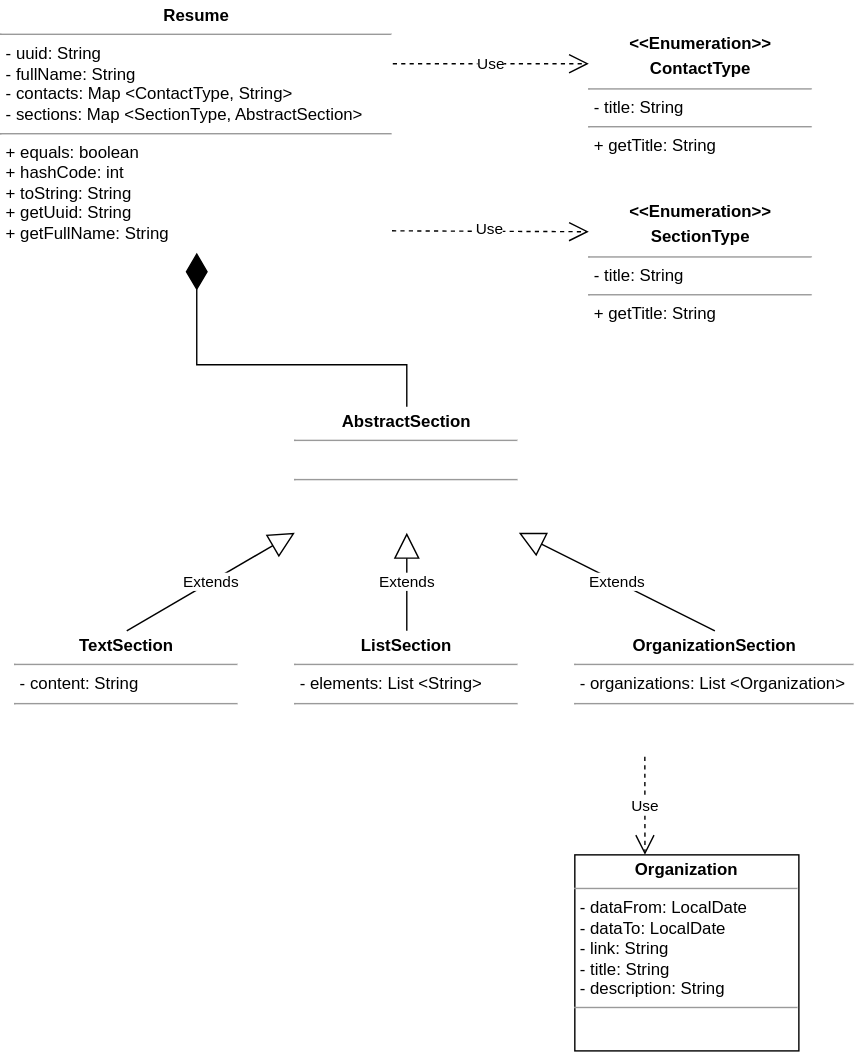
Above: src/resumeUML.svg in TemaZhuravlev/basejava (draw.io), before the change. Source tidied: cells renumbered, new cells last; positions are measured from the earlier drawing's top-left corner, leaving out a move shared by most shapes.
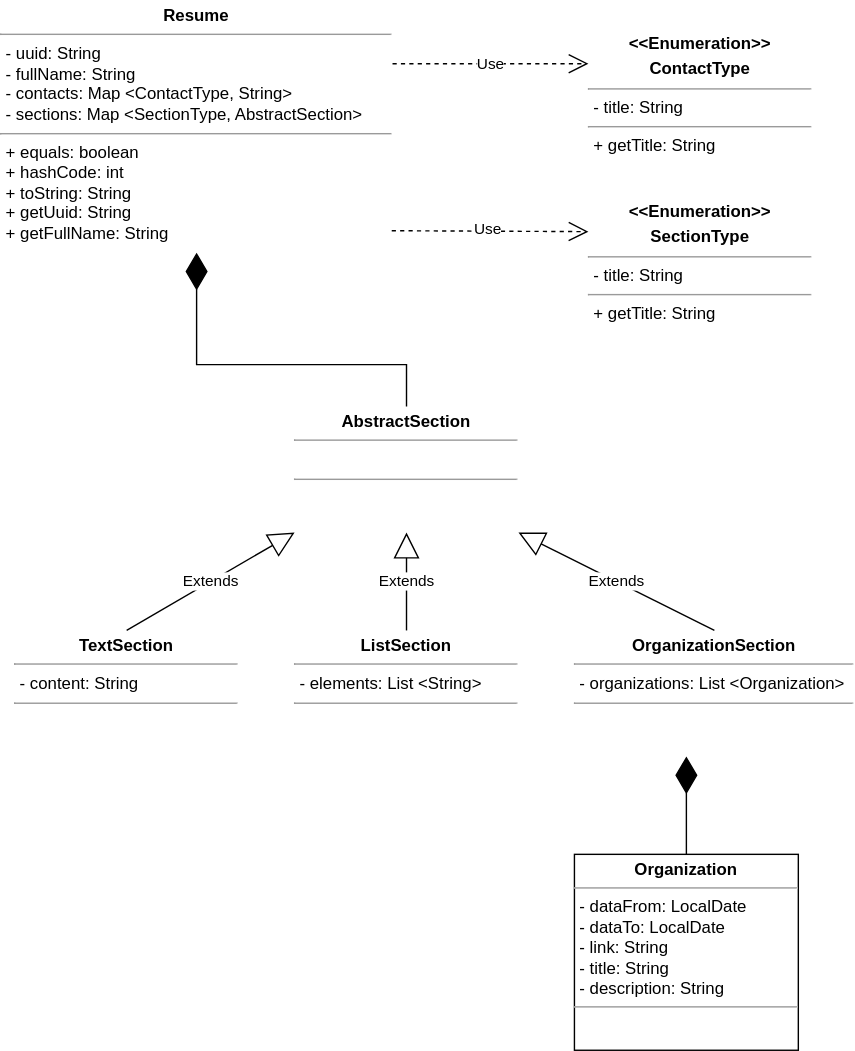
The same file after the commit.

Commit message:
add Sections to model Resume

What changed in the source:
```diff
@@ -52,8 +52,10 @@
     <mxCell id="16" value="&lt;p style=&quot;margin: 0px ; margin-top: 4px ; text-align: center&quot;&gt;&lt;b&gt;Organization&lt;/b&gt;&lt;/p&gt;&lt;hr size=&quot;1&quot;&gt;&lt;p style=&quot;margin: 0px ; margin-left: 4px&quot;&gt;- dataFrom: LocalDate&lt;/p&gt;&lt;p style=&quot;margin: 0px ; margin-left: 4px&quot;&gt;- dataTo: LocalDate&lt;/p&gt;&lt;p style=&quot;margin: 0px ; margin-left: 4px&quot;&gt;- link: String&lt;/p&gt;&lt;p style=&quot;margin: 0px ; margin-left: 4px&quot;&gt;- title: String&lt;/p&gt;&lt;p style=&quot;margin: 0px ; margin-left: 4px&quot;&gt;- description: String&lt;/p&gt;&lt;hr size=&quot;1&quot;&gt;&lt;p style=&quot;margin: 0px ; margin-left: 4px&quot;&gt;&lt;br&gt;&lt;/p&gt;" style="verticalAlign=top;align=left;overflow=fill;fontSize=12;fontFamily=Helvetica;html=1;" parent="1" vertex="1">
       <mxGeometry x="410" y="610" width="160" height="140" as="geometry" />
     </mxCell>
-    <mxCell id="17" value="Use" style="endArrow=open;endSize=12;dashed=1;html=1;rounded=0;exitX=0.25;exitY=1;exitDx=0;exitDy=0;entryX=0.313;entryY=0;entryDx=0;entryDy=0;entryPerimeter=0;" parent="1" edge="1" source="8" target="16">
-      <mxGeometry relative="1" as="geometry" />
+    <mxCell id="17" style="endArrow=diamondThin;endFill=1;endSize=24;html=1;rounded=0;exitX=0.5;exitY=0;exitDx=0;exitDy=0;" parent="1" edge="1" source="16">
+      <mxGeometry relative="1" as="geometry">
+        <mxPoint x="490" y="540" as="targetPoint" />
+      </mxGeometry>
     </mxCell>
   </root>
 </mxGraphModel>
```
